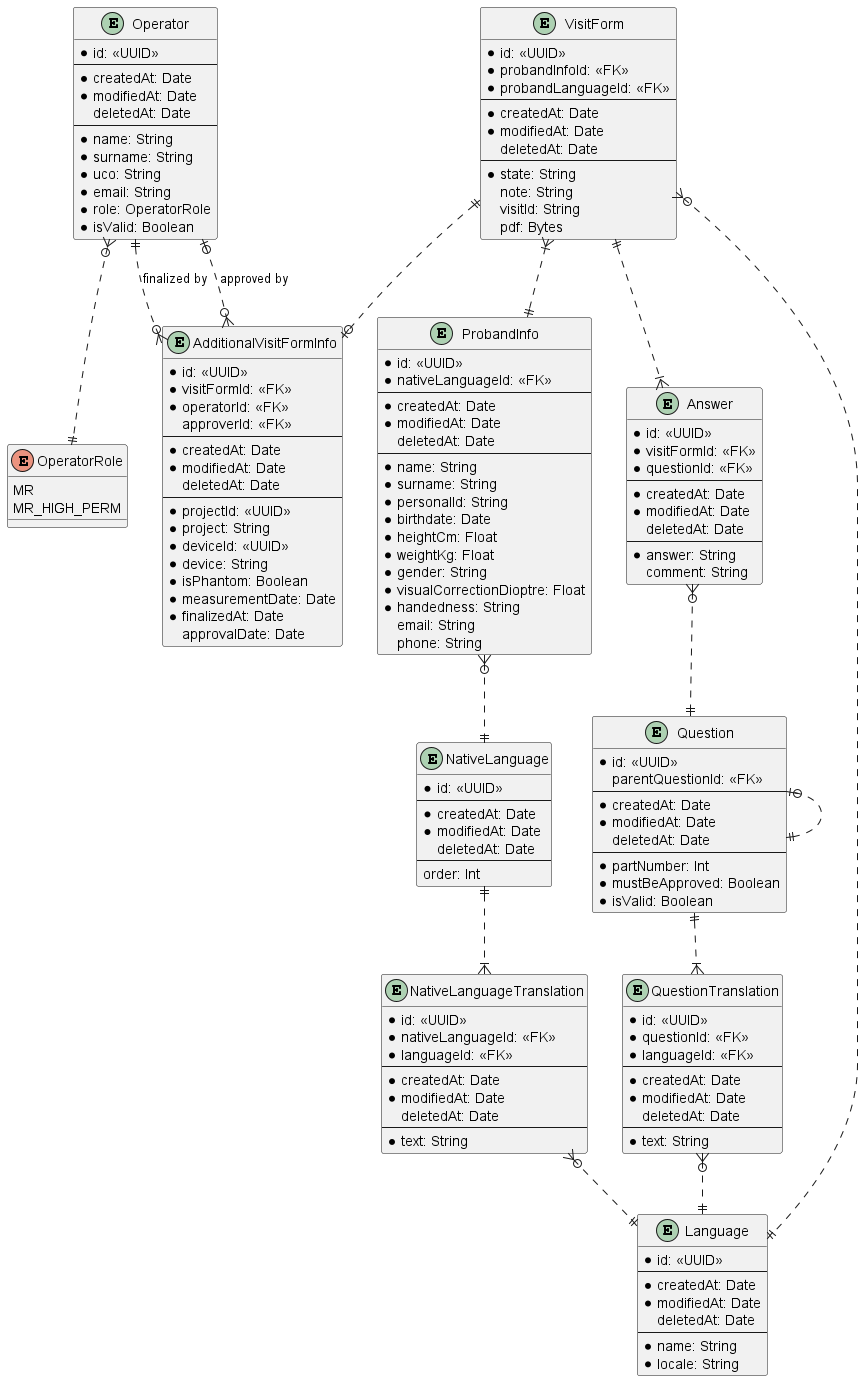
Above: backend/prisma/erd/ProbandSafetyQuestionnaire.png in lukas-kratochvil/mafil-proband-safety-questionnaire (PlantUML), before the change. The source it was exported from:
```plantuml
@startuml ProbandSafetyQuestionnaire

entity Operator {
  * id: <<UUID>>
  ---
  * createdAt: Date
  * modifiedAt: Date
  deletedAt: Date
  ---
  * name: String
  * surname: String
  * uco: String
  * email: String
  * role: OperatorRole
  * isValid: Boolean
}

enum OperatorRole {
  MR
  MR_HIGH_PERM
}

entity VisitForm {
  * id: <<UUID>>
  * probandInfoId: <<FK>>
  * probandLanguageId: <<FK>>
  ---
  * createdAt: Date
  * modifiedAt: Date
  deletedAt: Date
  ---
  * state: String
  note: String
  visitId: String
  pdf: Bytes
}

entity AdditionalVisitFormInfo {
  * id: <<UUID>>
  * visitFormId: <<FK>>
  * operatorId: <<FK>>
  approverId: <<FK>>
  ---
  * createdAt: Date
  * modifiedAt: Date
  deletedAt: Date
  ---
  * projectId: <<UUID>>
  * project: String
  * deviceId: <<UUID>>
  * device: String
  * isPhantom: Boolean
  * measurementDate: Date
  * finalizedAt: Date
  approvalDate: Date
}

entity ProbandInfo {
  * id: <<UUID>>
  * nativeLanguageId: <<FK>>
  ---
  * createdAt: Date
  * modifiedAt: Date
  deletedAt: Date
  ---
  * name: String
  * surname: String
  * personalId: String
  * birthdate: Date
  * heightCm: Float
  * weightKg: Float
  * gender: String
  * visualCorrectionDioptre: Float
  * handedness: String
  email: String
  phone: String
}

entity NativeLanguage {
  * id: <<UUID>>
  ---
  * createdAt: Date
  * modifiedAt: Date
  deletedAt: Date
  ---
  order: Int
}

entity NativeLanguageTranslation {
  * id: <<UUID>>
  * nativeLanguageId: <<FK>>
  * languageId: <<FK>>
  ---
  * createdAt: Date
  * modifiedAt: Date
  deletedAt: Date
  ---
  * text: String
}

entity Answer {
  * id: <<UUID>>
  * visitFormId: <<FK>>
  * questionId: <<FK>>
  ---
  * createdAt: Date
  * modifiedAt: Date
  deletedAt: Date
  ---
  * answer: String
  comment: String
}

entity Question {
  * id: <<UUID>>
  parentQuestionId: <<FK>>
  ---
  * createdAt: Date
  * modifiedAt: Date
  deletedAt: Date
  ---
  * partNumber: Int
  * mustBeApproved: Boolean
  * isValid: Boolean
}

entity QuestionTranslation {
  * id: <<UUID>>
  * questionId: <<FK>>
  * languageId: <<FK>>
  ---
  * createdAt: Date
  * modifiedAt: Date
  deletedAt: Date
  ---
  * text: String
}

entity Language {
  * id: <<UUID>>
  ---
  * createdAt: Date
  * modifiedAt: Date
  deletedAt: Date
  ---
  * name: String
  * locale: String
}

Operator }o..|| OperatorRole
Operator ||..o{ AdditionalVisitFormInfo : finalized by
Operator |o..o{ AdditionalVisitFormInfo : approved by
VisitForm ||..o| AdditionalVisitFormInfo
VisitForm }|..|| ProbandInfo
VisitForm ||..|{ Answer
VisitForm }o..|| Language
ProbandInfo }o..|| NativeLanguage
NativeLanguage ||..|{ NativeLanguageTranslation
NativeLanguageTranslation }o..|| Language
Answer }o..|| Question
Question |o..|| Question
Question ||..|{ QuestionTranslation
QuestionTranslation }o..|| Language

@enduml
```
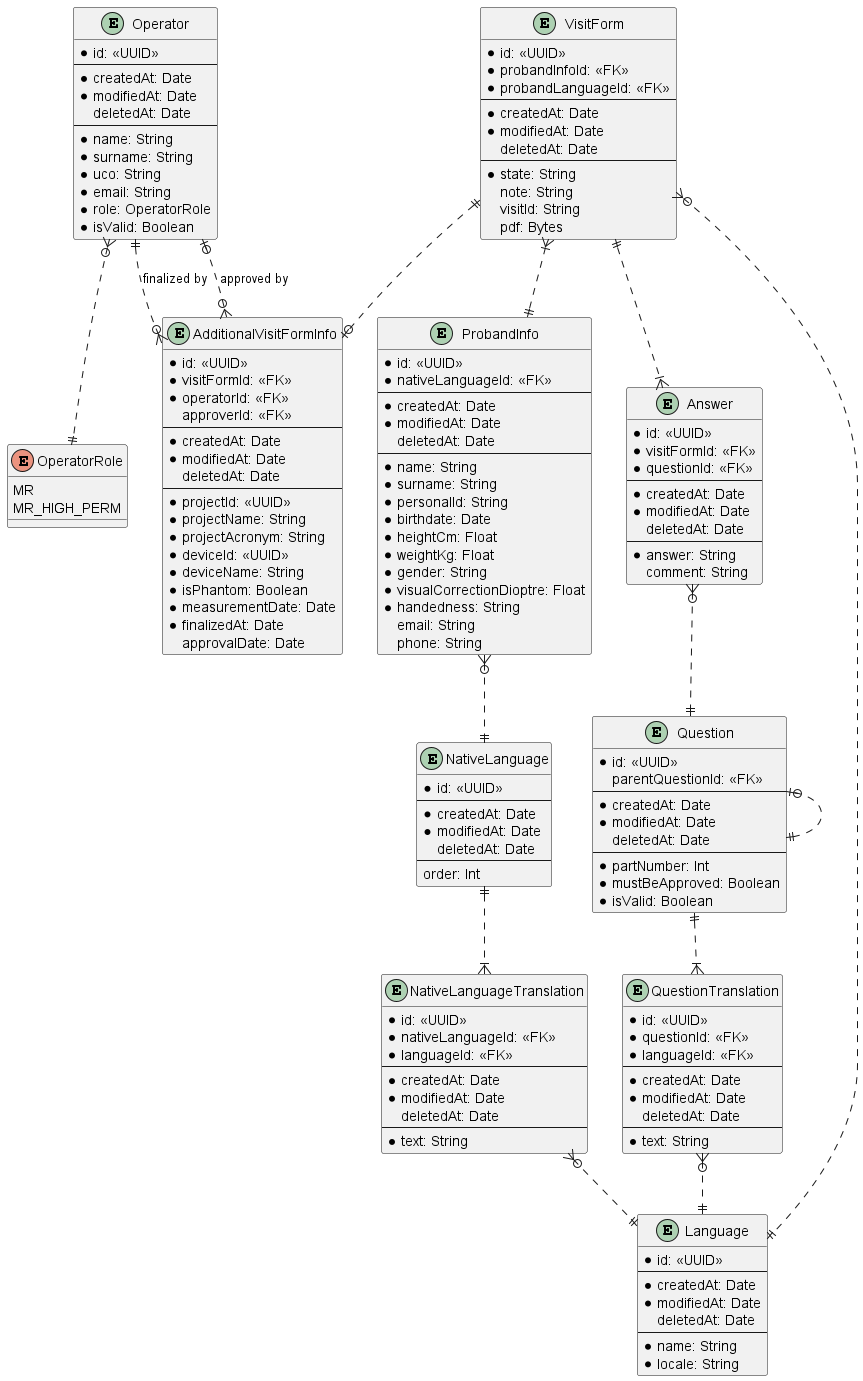
Above is the later version.

Commit message:
feat: prisma migration - added projectAcronym to the AdditionalVisitFormInfo and renamed some attributes

What changed in the source:
```diff
@@ -46,9 +46,10 @@
   deletedAt: Date
   ---
   * projectId: <<UUID>>
-  * project: String
+  * projectName: String
+  * projectAcronym: String
   * deviceId: <<UUID>>
-  * device: String
+  * deviceName: String
   * isPhantom: Boolean
   * measurementDate: Date
   * finalizedAt: Date
```
